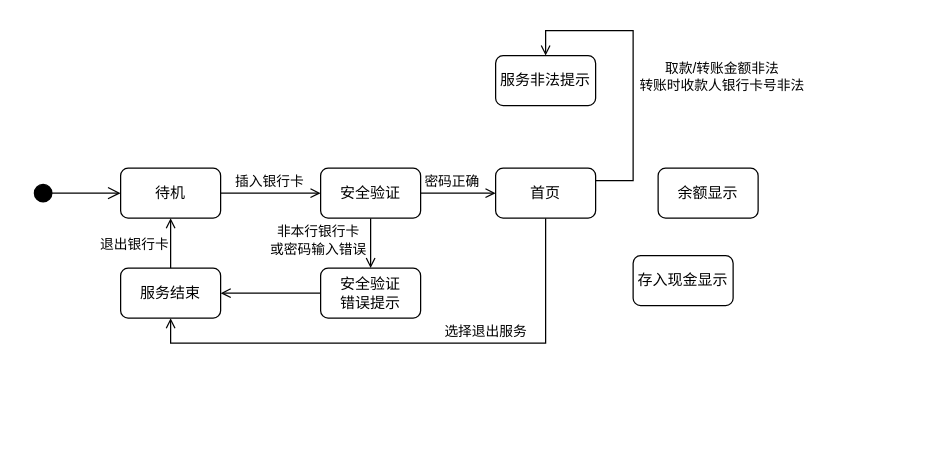
Earlier version of the draw.io diagram page "状态图" (4 of 4) of hw5/src/pic/Analysis.drawio (MojoisMojo/nju_-se2). Source tidied: cells renumbered, new cells numbered last; positions are measured from the earlier drawing's top-left corner, leaving out a move shared by most shapes. Both pictures are drawn from the tidied source at 125%, with x=0, y=0 at pixel (32, 30).
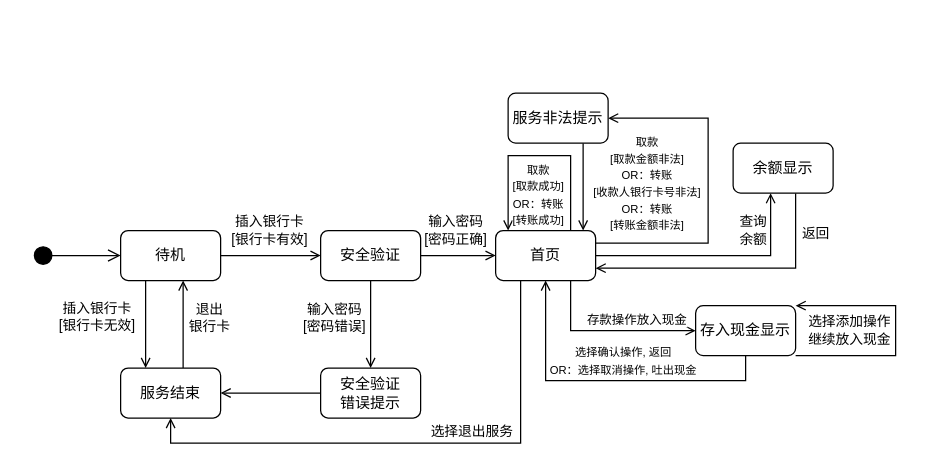
The same diagram, later.

What changed in the source:
```diff
@@
+    <mxCell id="24" style="group;" parent="1" vertex="1">
+      <mxGeometry y="50" width="690" height="280" as="geometry" />
+    </mxCell>
-    <mxCell id="2" style="edgeStyle=orthogonalEdgeStyle;rounded=0;jettySize=auto;html=1;strokeColor=default;align=center;verticalAlign=middle;fontFamily=Helvetica;fontSize=11;fontColor=default;labelBackgroundColor=default;endArrow=open;endFill=0;" parent="1" edge="1" source="4" target="9">
+    <mxCell id="2" style="edgeStyle=orthogonalEdgeStyle;rounded=0;jettySize=auto;html=1;strokeColor=default;align=center;verticalAlign=middle;fontFamily=Helvetica;fontSize=11;fontColor=default;labelBackgroundColor=default;endArrow=open;endFill=0;" parent="24" edge="1" source="4" target="9">
       <mxGeometry relative="1" as="geometry" />
     </mxCell>
-    <mxCell id="3" value="插入银行卡" style="edgeLabel;html=1;align=center;verticalAlign=middle;fontFamily=Helvetica;fontSize=11;fontColor=default;labelBackgroundColor=default;" parent="2" vertex="1">
+    <mxCell id="3" value="插入银行卡&lt;div&gt;[银行卡有效]&lt;/div&gt;" style="edgeLabel;html=1;align=center;verticalAlign=middle;fontFamily=Helvetica;fontSize=11;fontColor=default;labelBackgroundColor=default;" parent="2" vertex="1">
       <mxGeometry x="-0.16" y="1" relative="1" as="geometry">
-        <mxPoint x="4" y="-9" as="offset" />
+        <mxPoint x="4" y="-19" as="offset" />
       </mxGeometry>
     </mxCell>
-    <mxCell id="4" value="待机" style="rounded=1;whiteSpace=wrap;html=1;" parent="1" vertex="1">
-      <mxGeometry x="70" y="110" width="80" height="40" as="geometry" />
+    <mxCell id="4" value="待机" style="rounded=1;whiteSpace=wrap;html=1;" parent="24" vertex="1">
+      <mxGeometry x="70" y="109.9" width="80" height="40" as="geometry" />
     </mxCell>
-    <mxCell id="5" style="edgeStyle=orthogonalEdgeStyle;rounded=0;jettySize=auto;html=1;strokeColor=default;align=center;verticalAlign=middle;fontFamily=Helvetica;fontSize=11;fontColor=default;labelBackgroundColor=default;endArrow=open;endFill=0;" parent="1" edge="1" source="9" target="16">
+    <mxCell id="5" style="edgeStyle=orthogonalEdgeStyle;rounded=0;jettySize=auto;html=1;strokeColor=default;align=center;verticalAlign=middle;fontFamily=Helvetica;fontSize=11;fontColor=default;labelBackgroundColor=default;endArrow=open;endFill=0;" parent="24" edge="1" source="9" target="16">
       <mxGeometry relative="1" as="geometry" />
     </mxCell>
-    <mxCell id="6" value="非本行银行卡&lt;div&gt;或密码输入错误&lt;/div&gt;" style="edgeLabel;html=1;align=center;verticalAlign=middle;fontFamily=Helvetica;fontSize=11;fontColor=default;labelBackgroundColor=default;" parent="5" vertex="1">
+    <mxCell id="6" value="&lt;div&gt;输入密码&lt;/div&gt;&lt;div&gt;[密码错误]&lt;/div&gt;" style="edgeLabel;html=1;align=center;verticalAlign=middle;fontFamily=Helvetica;fontSize=11;fontColor=default;labelBackgroundColor=default;" parent="5" vertex="1">
       <mxGeometry x="-0.23" relative="1" as="geometry">
-        <mxPoint x="-43" y="2" as="offset" />
+        <mxPoint x="-30" y="3" as="offset" />
       </mxGeometry>
     </mxCell>
-    <mxCell id="7" style="edgeStyle=orthogonalEdgeStyle;rounded=0;jettySize=auto;html=1;strokeColor=default;align=center;verticalAlign=middle;fontFamily=Helvetica;fontSize=11;fontColor=default;labelBackgroundColor=default;endArrow=open;endFill=0;" parent="1" edge="1" source="9" target="14">
+    <mxCell id="7" style="edgeStyle=orthogonalEdgeStyle;rounded=0;jettySize=auto;html=1;strokeColor=default;align=center;verticalAlign=middle;fontFamily=Helvetica;fontSize=11;fontColor=default;labelBackgroundColor=default;endArrow=open;endFill=0;" parent="24" edge="1" source="9" target="14">
       <mxGeometry relative="1" as="geometry" />
     </mxCell>
-    <mxCell id="8" value="密码正确" style="edgeLabel;html=1;align=center;verticalAlign=middle;fontFamily=Helvetica;fontSize=11;fontColor=default;labelBackgroundColor=default;" parent="7" vertex="1">
+    <mxCell id="8" value="&lt;div&gt;输入密码&lt;/div&gt;&lt;div&gt;[密码正确]&lt;/div&gt;" style="edgeLabel;html=1;align=center;verticalAlign=middle;fontFamily=Helvetica;fontSize=11;fontColor=default;labelBackgroundColor=default;" parent="7" vertex="1">
       <mxGeometry x="-0.2" y="1" relative="1" as="geometry">
-        <mxPoint y="-9" as="offset" />
+        <mxPoint x="3" y="-19" as="offset" />
       </mxGeometry>
     </mxCell>
-    <mxCell id="9" value="安全验证" style="rounded=1;whiteSpace=wrap;html=1;" parent="1" vertex="1">
-      <mxGeometry x="230" y="110" width="80" height="40" as="geometry" />
+    <mxCell id="9" value="安全验证" style="rounded=1;whiteSpace=wrap;html=1;" parent="24" vertex="1">
+      <mxGeometry x="230" y="109.9" width="80" height="40" as="geometry" />
     </mxCell>
-    <mxCell id="10" style="edgeStyle=orthogonalEdgeStyle;rounded=0;jettySize=auto;html=1;strokeColor=default;align=center;verticalAlign=middle;fontFamily=Helvetica;fontSize=11;fontColor=default;labelBackgroundColor=default;endArrow=open;endFill=0;" parent="1" edge="1" source="14" target="22">
+    <mxCell id="10" style="edgeStyle=orthogonalEdgeStyle;rounded=0;jettySize=auto;html=1;strokeColor=default;align=center;verticalAlign=middle;fontFamily=Helvetica;fontSize=11;fontColor=default;labelBackgroundColor=default;endArrow=open;endFill=0;" parent="24" edge="1" source="14" target="22">
       <mxGeometry relative="1" as="geometry">
         <Array as="points">
-          <mxPoint x="410" y="250" />
-          <mxPoint x="110" y="250" />
+          <mxPoint x="390" y="280" />
+          <mxPoint x="110" y="280" />
         </Array>
       </mxGeometry>
     </mxCell>
     <mxCell id="11" value="选择退出服务" style="edgeLabel;html=1;align=center;verticalAlign=middle;fontFamily=Helvetica;fontSize=11;fontColor=default;labelBackgroundColor=default;" parent="10" vertex="1">
       <mxGeometry x="0.23" y="1" relative="1" as="geometry">
-        <mxPoint x="109" y="-11" as="offset" />
+        <mxPoint x="95" y="-11" as="offset" />
       </mxGeometry>
     </mxCell>
-    <mxCell id="12" style="edgeStyle=orthogonalEdgeStyle;rounded=0;jettySize=auto;html=1;strokeColor=default;align=center;verticalAlign=middle;fontFamily=Helvetica;fontSize=11;fontColor=default;labelBackgroundColor=default;endArrow=open;endFill=0;" parent="1" edge="1" source="14" target="19">
+    <mxCell id="12" style="edgeStyle=orthogonalEdgeStyle;rounded=0;jettySize=auto;html=1;strokeColor=default;align=center;verticalAlign=middle;fontFamily=Helvetica;fontSize=11;fontColor=default;labelBackgroundColor=default;endArrow=open;endFill=0;" parent="24" edge="1" source="14" target="19">
       <mxGeometry relative="1" as="geometry">
         <Array as="points">
-          <mxPoint x="480" y="120" />
-          <mxPoint x="480" />
-          <mxPoint x="410" />
+          <mxPoint x="540" y="120" />
+          <mxPoint x="540" y="20" />
         </Array>
       </mxGeometry>
     </mxCell>
-    <mxCell id="13" value="取款/转账金额非法&lt;div&gt;转账时收款人银行卡号非法&lt;/div&gt;" style="edgeLabel;html=1;align=center;verticalAlign=middle;fontFamily=Helvetica;fontSize=11;fontColor=default;labelBackgroundColor=default;" parent="12" vertex="1">
+    <mxCell id="13" value="&lt;font style=&quot;font-size: 9px;&quot;&gt;取款&lt;/font&gt;&lt;div&gt;&lt;font style=&quot;font-size: 9px;&quot;&gt;[取款金额非法]&lt;br&gt;&lt;/font&gt;&lt;div&gt;&lt;font style=&quot;font-size: 9px;&quot;&gt;OR：转账&lt;/font&gt;&lt;/div&gt;&lt;div&gt;&lt;font style=&quot;font-size: 9px;&quot;&gt;[收款人银行卡号非法]&lt;/font&gt;&lt;/div&gt;&lt;div&gt;&lt;font style=&quot;font-size: 9px;&quot;&gt;OR：转账&lt;/font&gt;&lt;/div&gt;&lt;/div&gt;&lt;div&gt;&lt;font style=&quot;font-size: 9px;&quot;&gt;[转账金额非法]&lt;/font&gt;&lt;/div&gt;" style="edgeLabel;html=1;align=center;verticalAlign=middle;fontFamily=Helvetica;fontSize=11;fontColor=default;labelBackgroundColor=default;" parent="12" vertex="1">
       <mxGeometry x="-0.05" relative="1" as="geometry">
-        <mxPoint x="70" as="offset" />
+        <mxPoint x="-50" y="-11" as="offset" />
       </mxGeometry>
     </mxCell>
+    <mxCell id="25" style="edgeStyle=orthogonalEdgeStyle;rounded=0;jettySize=auto;html=1;strokeColor=default;align=center;verticalAlign=middle;fontFamily=Helvetica;fontSize=11;fontColor=default;labelBackgroundColor=default;endArrow=open;endFill=0;" parent="24" edge="1" source="14" target="17">
+      <mxGeometry relative="1" as="geometry">
+        <Array as="points">
+          <mxPoint x="590" y="130" />
+        </Array>
+      </mxGeometry>
+    </mxCell>
+    <mxCell id="26" value="查询&lt;div&gt;余额&lt;/div&gt;" style="edgeLabel;html=1;align=center;verticalAlign=middle;fontFamily=Helvetica;fontSize=11;fontColor=default;labelBackgroundColor=default;" parent="25" vertex="1">
+      <mxGeometry y="1" relative="1" as="geometry">
+        <mxPoint x="30" y="-19" as="offset" />
+      </mxGeometry>
+    </mxCell>
+    <mxCell id="27" style="edgeStyle=orthogonalEdgeStyle;rounded=0;jettySize=auto;html=1;strokeColor=default;align=center;verticalAlign=middle;fontFamily=Helvetica;fontSize=11;fontColor=default;labelBackgroundColor=default;endArrow=open;endFill=0;" parent="24" edge="1" source="14" target="18">
+      <mxGeometry relative="1" as="geometry">
+        <Array as="points">
+          <mxPoint x="430" y="190" />
+        </Array>
+      </mxGeometry>
+    </mxCell>
+    <mxCell id="28" value="&lt;font style=&quot;font-size: 10px;&quot;&gt;存款操作放入现金&lt;/font&gt;" style="edgeLabel;html=1;align=center;verticalAlign=middle;fontFamily=Helvetica;fontSize=11;fontColor=default;labelBackgroundColor=default;" parent="27" vertex="1">
+      <mxGeometry x="-0.05" y="1" relative="1" as="geometry">
+        <mxPoint x="26" y="-9" as="offset" />
+      </mxGeometry>
+    </mxCell>
+    <mxCell id="29" style="edgeStyle=orthogonalEdgeStyle;rounded=0;orthogonalLoop=1;jettySize=auto;html=1;strokeColor=default;align=center;verticalAlign=middle;fontFamily=Helvetica;fontSize=11;fontColor=default;labelBackgroundColor=default;endArrow=open;endFill=0;" parent="24" edge="1" source="14" target="14">
+      <mxGeometry relative="1" as="geometry">
+        <Array as="points">
+          <mxPoint x="430" y="50" />
+          <mxPoint x="380" y="50" />
+        </Array>
+      </mxGeometry>
+    </mxCell>
+    <mxCell id="30" value="&lt;font style=&quot;font-size: 9px;&quot;&gt;取款&lt;/font&gt;&lt;div&gt;&lt;font style=&quot;font-size: 9px;&quot;&gt;[取款成功]&lt;br&gt;&lt;/font&gt;&lt;div&gt;&lt;font style=&quot;font-size: 9px;&quot;&gt;OR：转账&lt;/font&gt;&lt;/div&gt;&lt;div&gt;&lt;span style=&quot;font-size: 9px;&quot;&gt;[转账成功]&lt;/span&gt;&lt;br&gt;&lt;/div&gt;&lt;/div&gt;" style="edgeLabel;html=1;align=center;verticalAlign=middle;fontFamily=Helvetica;fontSize=11;fontColor=default;labelBackgroundColor=default;" parent="29" vertex="1">
+      <mxGeometry x="0.02" y="-1" relative="1" as="geometry">
+        <mxPoint x="1" y="31" as="offset" />
+      </mxGeometry>
+    </mxCell>
-    <mxCell id="14" value="首页" style="rounded=1;whiteSpace=wrap;html=1;" parent="1" vertex="1">
-      <mxGeometry x="370" y="110" width="80" height="40" as="geometry" />
+    <mxCell id="14" value="首页" style="rounded=1;whiteSpace=wrap;html=1;" parent="24" vertex="1">
+      <mxGeometry x="370" y="109.9" width="80" height="40" as="geometry" />
     </mxCell>
-    <mxCell id="15" style="edgeStyle=orthogonalEdgeStyle;rounded=0;jettySize=auto;html=1;strokeColor=default;align=center;verticalAlign=middle;fontFamily=Helvetica;fontSize=11;fontColor=default;labelBackgroundColor=default;endArrow=open;endFill=0;" parent="1" edge="1" source="16" target="22">
+    <mxCell id="15" style="edgeStyle=orthogonalEdgeStyle;rounded=0;jettySize=auto;html=1;strokeColor=default;align=center;verticalAlign=middle;fontFamily=Helvetica;fontSize=11;fontColor=default;labelBackgroundColor=default;endArrow=open;endFill=0;" parent="24" edge="1" source="16" target="22">
       <mxGeometry relative="1" as="geometry" />
     </mxCell>
-    <mxCell id="16" value="安全验证&lt;div&gt;错误提示&lt;/div&gt;" style="rounded=1;whiteSpace=wrap;html=1;" parent="1" vertex="1">
-      <mxGeometry x="230" y="190" width="80" height="40" as="geometry" />
+    <mxCell id="16" value="安全验证&lt;div&gt;错误提示&lt;/div&gt;" style="rounded=1;whiteSpace=wrap;html=1;" parent="24" vertex="1">
+      <mxGeometry x="230" y="219.9" width="80" height="40" as="geometry" />
     </mxCell>
+    <mxCell id="31" style="edgeStyle=orthogonalEdgeStyle;rounded=0;jettySize=auto;html=1;strokeColor=default;align=center;verticalAlign=middle;fontFamily=Helvetica;fontSize=11;fontColor=default;labelBackgroundColor=default;endArrow=open;endFill=0;" parent="24" edge="1" source="17" target="14">
+      <mxGeometry relative="1" as="geometry">
+        <Array as="points">
+          <mxPoint x="610" y="140" />
+        </Array>
+      </mxGeometry>
+    </mxCell>
+    <mxCell id="32" value="返回" style="edgeLabel;html=1;align=center;verticalAlign=middle;fontFamily=Helvetica;fontSize=11;fontColor=default;labelBackgroundColor=default;" parent="31" vertex="1">
+      <mxGeometry x="-0.72" y="-2" relative="1" as="geometry">
+        <mxPoint x="17" as="offset" />
+      </mxGeometry>
+    </mxCell>
-    <mxCell id="17" value="余额显示" style="rounded=1;whiteSpace=wrap;html=1;" parent="1" vertex="1">
-      <mxGeometry x="500" y="110" width="80" height="40" as="geometry" />
+    <mxCell id="17" value="余额显示" style="rounded=1;whiteSpace=wrap;html=1;" parent="24" vertex="1">
+      <mxGeometry x="560" y="40" width="80" height="40" as="geometry" />
     </mxCell>
+    <mxCell id="33" style="edgeStyle=orthogonalEdgeStyle;rounded=0;jettySize=auto;html=1;strokeColor=default;align=center;verticalAlign=middle;fontFamily=Helvetica;fontSize=11;fontColor=default;labelBackgroundColor=default;endArrow=open;endFill=0;" parent="24" edge="1" source="18" target="14">
+      <mxGeometry relative="1" as="geometry">
+        <Array as="points">
+          <mxPoint x="570" y="230" />
+          <mxPoint x="410" y="230" />
+        </Array>
+      </mxGeometry>
+    </mxCell>
+    <mxCell id="34" value="&lt;font style=&quot;font-size: 9px;&quot;&gt;选择确认操作, 返回&lt;/font&gt;&lt;div&gt;&lt;font style=&quot;font-size: 9px;&quot;&gt;OR：选择取消操作, 吐出现金&lt;/font&gt;&lt;/div&gt;" style="edgeLabel;html=1;align=center;verticalAlign=middle;fontFamily=Helvetica;fontSize=11;fontColor=default;labelBackgroundColor=default;" parent="33" vertex="1">
+      <mxGeometry x="-0.02" relative="1" as="geometry">
+        <mxPoint x="8" y="-17" as="offset" />
+      </mxGeometry>
+    </mxCell>
-    <mxCell id="18" value="存入现金显示" style="rounded=1;whiteSpace=wrap;html=1;" parent="1" vertex="1">
-      <mxGeometry x="480" y="180" width="80" height="40" as="geometry" />
+    <mxCell id="18" value="存入现金显示" style="rounded=1;whiteSpace=wrap;html=1;" parent="24" vertex="1">
+      <mxGeometry x="530" y="170" width="80" height="40" as="geometry" />
     </mxCell>
+    <mxCell id="35" style="edgeStyle=orthogonalEdgeStyle;rounded=0;jettySize=auto;html=1;strokeColor=default;align=center;verticalAlign=middle;fontFamily=Helvetica;fontSize=11;fontColor=default;labelBackgroundColor=default;endArrow=open;endFill=0;" parent="24" edge="1" source="19" target="14">
+      <mxGeometry relative="1" as="geometry">
+        <Array as="points">
+          <mxPoint x="440" y="80" />
+          <mxPoint x="440" y="80" />
+        </Array>
+      </mxGeometry>
+    </mxCell>
-    <mxCell id="19" value="服务非法提示" style="rounded=1;whiteSpace=wrap;html=1;" parent="1" vertex="1">
-      <mxGeometry x="370" y="20" width="80" height="40" as="geometry" />
+    <mxCell id="19" value="服务非法提示" style="rounded=1;whiteSpace=wrap;html=1;" parent="24" vertex="1">
+      <mxGeometry x="380" width="80" height="40" as="geometry" />
     </mxCell>
-    <mxCell id="20" style="edgeStyle=orthogonalEdgeStyle;rounded=0;jettySize=auto;html=1;endArrow=open;endFill=0;" parent="1" edge="1" source="22" target="4">
-      <mxGeometry relative="1" as="geometry" />
+    <mxCell id="20" style="edgeStyle=orthogonalEdgeStyle;rounded=0;orthogonalLoop=1;jettySize=auto;html=1;endArrow=open;endFill=0;" parent="24" edge="1">
+      <mxGeometry relative="1" as="geometry">
+        <mxPoint x="120" y="219.9" as="sourcePoint" />
+        <mxPoint x="120" y="149.9" as="targetPoint" />
+        <Array as="points">
+          <mxPoint x="120" y="189.9" />
+          <mxPoint x="120" y="189.9" />
+        </Array>
+      </mxGeometry>
     </mxCell>
-    <mxCell id="21" value="退出银行卡" style="edgeLabel;html=1;align=center;verticalAlign=middle;fontFamily=Helvetica;fontSize=11;fontColor=default;labelBackgroundColor=default;" parent="20" vertex="1">
+    <mxCell id="21" value="退出&lt;div&gt;银行卡&lt;/div&gt;" style="edgeLabel;html=1;align=center;verticalAlign=middle;fontFamily=Helvetica;fontSize=11;fontColor=default;labelBackgroundColor=default;" parent="20" vertex="1">
       <mxGeometry x="-0.09" relative="1" as="geometry">
-        <mxPoint x="-30" y="-2" as="offset" />
+        <mxPoint x="20" y="-8" as="offset" />
       </mxGeometry>
     </mxCell>
-    <mxCell id="22" value="服务结束" style="rounded=1;whiteSpace=wrap;html=1;" parent="1" vertex="1">
-      <mxGeometry x="70" y="190" width="80" height="40" as="geometry" />
+    <mxCell id="22" value="服务结束" style="rounded=1;whiteSpace=wrap;html=1;" parent="24" vertex="1">
+      <mxGeometry x="70" y="219.9" width="80" height="40" as="geometry" />
     </mxCell>
-    <mxCell id="23" style="html=1;verticalAlign=bottom;startArrow=circle;startFill=1;endArrow=open;startSize=6;endSize=8;curved=0;rounded=0;entryX=0;entryY=0.5;entryDx=0;entryDy=0;" parent="1" edge="1" target="4">
+    <mxCell id="23" style="html=1;verticalAlign=bottom;startArrow=circle;startFill=1;endArrow=open;startSize=6;endSize=8;curved=0;rounded=0;entryX=0;entryY=0.5;entryDx=0;entryDy=0;" parent="24" edge="1" target="4">
       <mxGeometry relative="1" as="geometry">
-        <mxPoint y="130" as="sourcePoint" />
+        <mxPoint y="129.9" as="sourcePoint" />
       </mxGeometry>
     </mxCell>
+    <mxCell id="36" style="edgeStyle=orthogonalEdgeStyle;rounded=0;orthogonalLoop=1;jettySize=auto;html=1;strokeColor=default;align=center;verticalAlign=middle;fontFamily=Helvetica;fontSize=11;fontColor=default;labelBackgroundColor=default;endArrow=open;endFill=0;" parent="24" edge="1">
+      <mxGeometry relative="1" as="geometry">
+        <mxPoint x="90" y="149.9" as="sourcePoint" />
+        <mxPoint x="90" y="219.9" as="targetPoint" />
+      </mxGeometry>
+    </mxCell>
+    <mxCell id="37" value="插入银行卡&lt;div&gt;[银行卡无效]&lt;/div&gt;" style="edgeLabel;html=1;align=center;verticalAlign=middle;fontFamily=Helvetica;fontSize=11;fontColor=default;labelBackgroundColor=default;" parent="36" vertex="1">
+      <mxGeometry x="0.04" relative="1" as="geometry">
+        <mxPoint x="-40" y="-7" as="offset" />
+      </mxGeometry>
+    </mxCell>
+    <mxCell id="38" style="edgeStyle=orthogonalEdgeStyle;rounded=0;orthogonalLoop=1;jettySize=auto;html=1;strokeColor=default;align=center;verticalAlign=middle;fontFamily=Helvetica;fontSize=11;fontColor=default;labelBackgroundColor=default;endArrow=open;endFill=0;" parent="24" edge="1" source="18" target="18">
+      <mxGeometry relative="1" as="geometry">
+        <Array as="points">
+          <mxPoint x="690" y="210" />
+          <mxPoint x="690" y="170" />
+        </Array>
+      </mxGeometry>
+    </mxCell>
+    <mxCell id="39" value="选择添加操作&lt;div&gt;继续放入现金&lt;/div&gt;" style="edgeLabel;html=1;align=center;verticalAlign=middle;fontFamily=Helvetica;fontSize=11;fontColor=default;labelBackgroundColor=default;" parent="38" vertex="1">
+      <mxGeometry x="0.02" y="1" relative="1" as="geometry">
+        <mxPoint x="-37" y="1" as="offset" />
+      </mxGeometry>
+    </mxCell>
```
